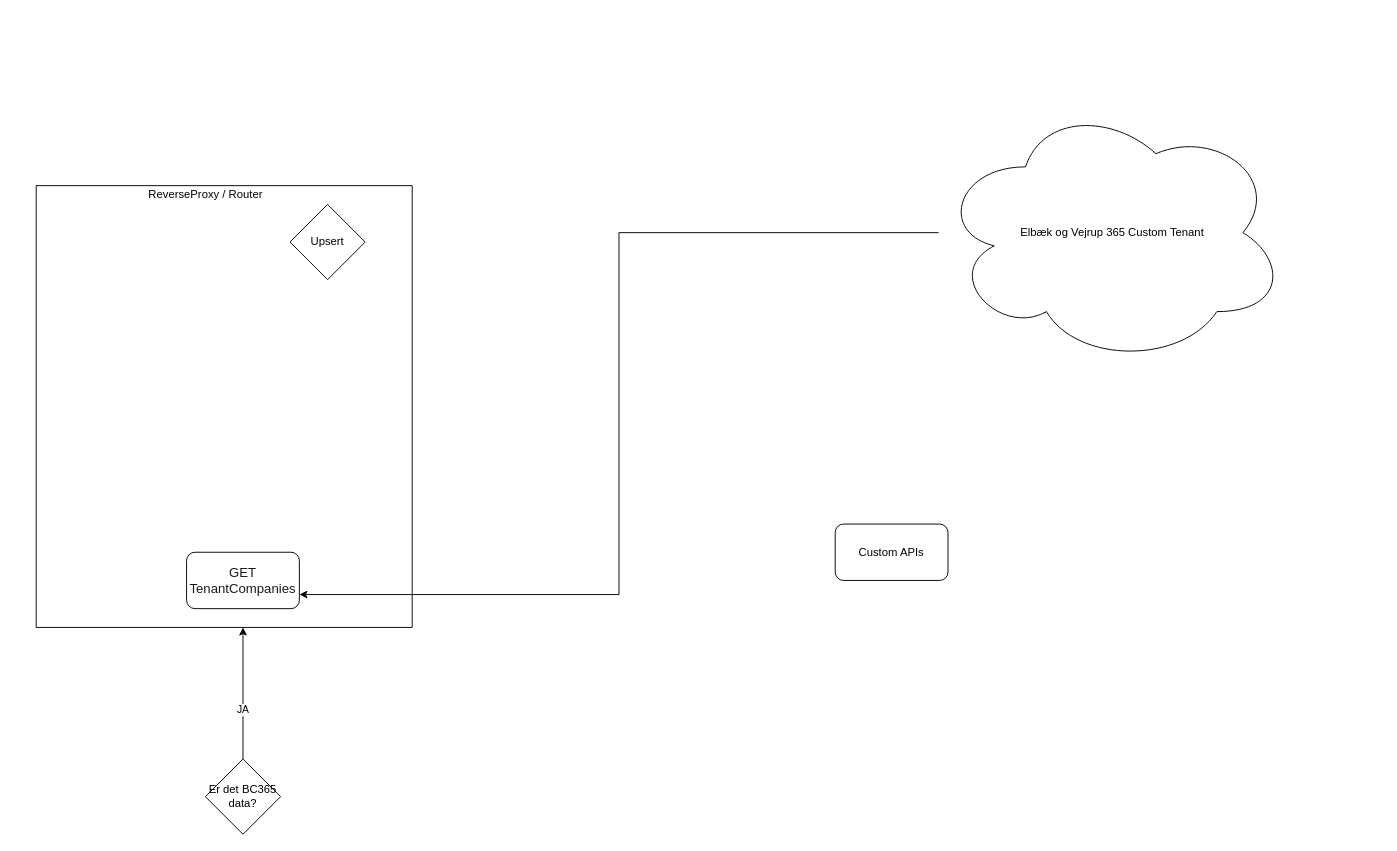
The draw.io diagram bc365.drawio in enkopvand/enterprise-architecture, before the edit. Source tidied: cells renumbered, new cells numbered last; positions are measured from the earlier drawing's top-left corner, leaving out a move shared by most shapes. Both pictures are drawn from the tidied source at 94%, with x=0, y=0 at pixel (36, 101).
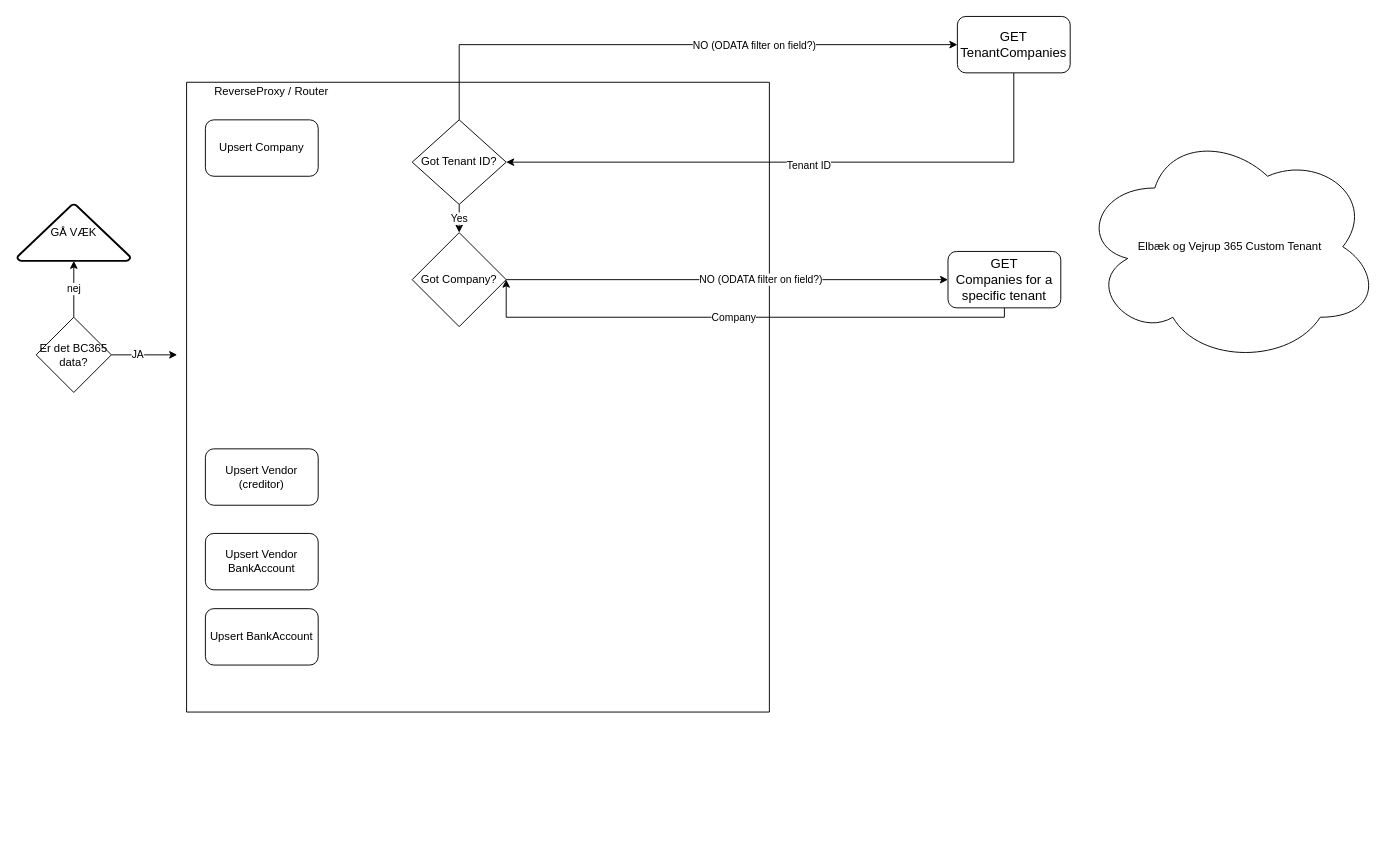
After the change.

The edit, as a diff of the source:
```diff
@@
-    <mxCell id="2" style="edgeStyle=orthogonalEdgeStyle;rounded=0;jettySize=auto;html=1;entryX=1;entryY=0.75;entryDx=0;entryDy=0;" parent="1" edge="1" source="3" target="7">
-      <mxGeometry relative="1" as="geometry" />
-    </mxCell>
     <mxCell id="3" value="Elbæk og Vejrup 365 Custom Tenant" style="ellipse;shape=cloud;whiteSpace=wrap;html=1;" parent="1" vertex="1">
-      <mxGeometry x="960" width="370" height="280" as="geometry" />
+      <mxGeometry x="1110" y="30" width="320" height="250" as="geometry" />
     </mxCell>
-    <mxCell id="4" value="Custom APIs" style="rounded=1;whiteSpace=wrap;html=1;" parent="1" vertex="1">
-      <mxGeometry x="850" y="450" width="120" height="60" as="geometry" />
-    </mxCell>
     <mxCell id="5" style="swimlane;startSize=0;" parent="1" vertex="1">
-      <mxGeometry y="90" width="400" height="470" as="geometry" />
+      <mxGeometry x="160" y="-20" width="620" height="670" as="geometry" />
     </mxCell>
-    <mxCell id="6" value="Upsert" style="rhombus;whiteSpace=wrap;html=1;" parent="5" vertex="1">
-      <mxGeometry x="270" y="20" width="80" height="80" as="geometry" />
-    </mxCell>
-    <mxCell id="7" value="&lt;span style=&quot;color: rgba(0 , 0 , 0 , 0.9) ; font-family: &amp;#34;segoe ui vss (regular)&amp;#34; , &amp;#34;segoe ui&amp;#34; , , &amp;#34;blinkmacsystemfont&amp;#34; , &amp;#34;roboto&amp;#34; , &amp;#34;helvetica neue&amp;#34; , &amp;#34;helvetica&amp;#34; , &amp;#34;ubuntu&amp;#34; , &amp;#34;arial&amp;#34; , sans-serif , &amp;#34;apple color emoji&amp;#34; , &amp;#34;segoe ui emoji&amp;#34; , &amp;#34;segoe ui symbol&amp;#34; ; font-size: 14px ; background-color: rgb(255 , 255 , 255)&quot;&gt;GET&lt;br&gt;TenantCompanies&lt;/span&gt;" style="rounded=1;whiteSpace=wrap;html=1;" parent="5" vertex="1">
-      <mxGeometry x="160" y="390" width="120" height="60" as="geometry" />
-    </mxCell>
+    <mxCell id="12" value="Upsert Vendor&lt;br&gt;(creditor)" style="rounded=1;whiteSpace=wrap;html=1;" parent="5" vertex="1">
+      <mxGeometry x="20" y="390" width="120" height="60" as="geometry" />
+    </mxCell>
+    <mxCell id="13" value="Upsert Vendor BankAccount" style="rounded=1;whiteSpace=wrap;html=1;" parent="5" vertex="1">
+      <mxGeometry x="20" y="480" width="120" height="60" as="geometry" />
+    </mxCell>
+    <mxCell id="14" value="Upsert Company" style="rounded=1;whiteSpace=wrap;html=1;" parent="5" vertex="1">
+      <mxGeometry x="20" y="40" width="120" height="60" as="geometry" />
+    </mxCell>
-    <mxCell id="8" value="ReverseProxy / Router" style="text;html=1;align=center;verticalAlign=middle;strokeColor=none;fillColor=none;" parent="1" vertex="1">
-      <mxGeometry x="110" y="90" width="140" height="20" as="geometry" />
+    <mxCell id="8" value="ReverseProxy / Router" style="text;html=1;align=center;verticalAlign=middle;strokeColor=none;fillColor=none;" parent="5" vertex="1">
+      <mxGeometry x="20" width="140" height="20" as="geometry" />
     </mxCell>
+    <mxCell id="15" value="Upsert BankAccount" style="rounded=1;whiteSpace=wrap;html=1;" parent="5" vertex="1">
+      <mxGeometry x="20" y="560" width="120" height="60" as="geometry" />
+    </mxCell>
+    <mxCell id="16" value="Yes" style="edgeStyle=orthogonalEdgeStyle;rounded=0;jettySize=auto;html=1;fontColor=#000000;" parent="5" edge="1" source="17" target="18">
+      <mxGeometry relative="1" as="geometry" />
+    </mxCell>
+    <mxCell id="17" value="Got Tenant ID?" style="rhombus;whiteSpace=wrap;html=1;" parent="5" vertex="1">
+      <mxGeometry x="240" y="40" width="100" height="90" as="geometry" />
+    </mxCell>
+    <mxCell id="18" value="Got Company?" style="rhombus;whiteSpace=wrap;html=1;" parent="5" vertex="1">
+      <mxGeometry x="240" y="160" width="100" height="100" as="geometry" />
+    </mxCell>
-    <mxCell id="9" style="edgeStyle=orthogonalEdgeStyle;rounded=0;jettySize=auto;html=1;entryX=0.55;entryY=1;entryDx=0;entryDy=0;entryPerimeter=0;" parent="1" edge="1" source="11" target="5">
-      <mxGeometry relative="1" as="geometry" />
+    <mxCell id="9" style="edgeStyle=orthogonalEdgeStyle;rounded=0;jettySize=auto;html=1;" parent="1" edge="1" source="11">
+      <mxGeometry relative="1" as="geometry">
+        <mxPoint x="150" y="270" as="targetPoint" />
+      </mxGeometry>
     </mxCell>
@@
+    <mxCell id="19" value="nej" style="edgeStyle=orthogonalEdgeStyle;rounded=0;jettySize=auto;html=1;entryX=0.5;entryY=1;entryDx=0;entryDy=0;entryPerimeter=0;" parent="1" edge="1" source="11" target="22">
+      <mxGeometry relative="1" as="geometry" />
+    </mxCell>
     <mxCell id="11" value="Er det BC365 data?" style="rhombus;whiteSpace=wrap;html=1;" parent="1" vertex="1">
-      <mxGeometry x="180" y="700" width="80" height="80" as="geometry" />
+      <mxGeometry y="230" width="80" height="80" as="geometry" />
     </mxCell>
+    <mxCell id="20" style="edgeStyle=orthogonalEdgeStyle;rounded=0;jettySize=auto;html=1;entryX=1;entryY=0.5;entryDx=0;entryDy=0;fontColor=#00A005;" parent="1" edge="1" source="7" target="17">
+      <mxGeometry relative="1" as="geometry">
+        <Array as="points">
+          <mxPoint x="1040" y="65" />
+        </Array>
+      </mxGeometry>
+    </mxCell>
+    <mxCell id="21" value="&lt;font color=&quot;#000000&quot;&gt;Tenant ID&lt;/font&gt;" style="edgeLabel;html=1;align=center;verticalAlign=middle;fontColor=#00A005;" parent="20" vertex="1">
+      <mxGeometry x="-0.01" y="3" relative="1" as="geometry" />
+    </mxCell>
+    <mxCell id="7" value="&lt;span style=&quot;font-size: 14px; background-color: rgb(255, 255, 255);&quot;&gt;GET&lt;br&gt;TenantCompanies&lt;/span&gt;" style="rounded=1;whiteSpace=wrap;html=1;" parent="1" vertex="1">
+      <mxGeometry x="980" y="-90" width="120" height="60" as="geometry" />
+    </mxCell>
+    <mxCell id="22" value="GÅ VÆK" style="strokeWidth=2;html=1;shape=mxgraph.flowchart.extract_or_measurement;whiteSpace=wrap;" parent="1" vertex="1">
+      <mxGeometry x="-20" y="110" width="120" height="60" as="geometry" />
+    </mxCell>
+    <mxCell id="23" style="edgeStyle=orthogonalEdgeStyle;rounded=0;jettySize=auto;html=1;entryX=0;entryY=0.5;entryDx=0;entryDy=0;" parent="1" edge="1" source="17" target="7">
+      <mxGeometry relative="1" as="geometry">
+        <Array as="points">
+          <mxPoint x="450" y="-60" />
+          <mxPoint x="970" y="-60" />
+        </Array>
+      </mxGeometry>
+    </mxCell>
+    <mxCell id="24" value="NO (ODATA filter on field?)" style="edgeLabel;html=1;align=center;verticalAlign=middle;" parent="23" vertex="1">
+      <mxGeometry x="0.29" relative="1" as="geometry" />
+    </mxCell>
+    <mxCell id="25" style="edgeStyle=orthogonalEdgeStyle;rounded=0;jettySize=auto;html=1;entryX=1;entryY=0.5;entryDx=0;entryDy=0;fontColor=#000000;" parent="1" edge="1" source="27" target="18">
+      <mxGeometry relative="1" as="geometry">
+        <Array as="points">
+          <mxPoint x="1030" y="230" />
+          <mxPoint x="500" y="230" />
+        </Array>
+      </mxGeometry>
+    </mxCell>
+    <mxCell id="26" value="Company" style="edgeLabel;html=1;align=center;verticalAlign=middle;fontColor=#000000;" parent="25" vertex="1">
+      <mxGeometry x="0.03" relative="1" as="geometry" />
+    </mxCell>
+    <mxCell id="27" value="&lt;span style=&quot;font-size: 14px; background-color: rgb(255, 255, 255);&quot;&gt;GET&lt;br&gt;Companies for a specific tenant&lt;br&gt;&lt;/span&gt;" style="rounded=1;whiteSpace=wrap;html=1;" parent="1" vertex="1">
+      <mxGeometry x="970" y="160" width="120" height="60" as="geometry" />
+    </mxCell>
+    <mxCell id="28" style="edgeStyle=orthogonalEdgeStyle;rounded=0;jettySize=auto;html=1;fontColor=#000000;" parent="1" edge="1" source="18" target="27">
+      <mxGeometry relative="1" as="geometry" />
+    </mxCell>
+    <mxCell id="29" value="NO (ODATA filter on field?)" style="edgeLabel;html=1;align=center;verticalAlign=middle;fontColor=#000000;" parent="28" vertex="1">
+      <mxGeometry x="0.15" y="1" relative="1" as="geometry" />
+    </mxCell>
```
